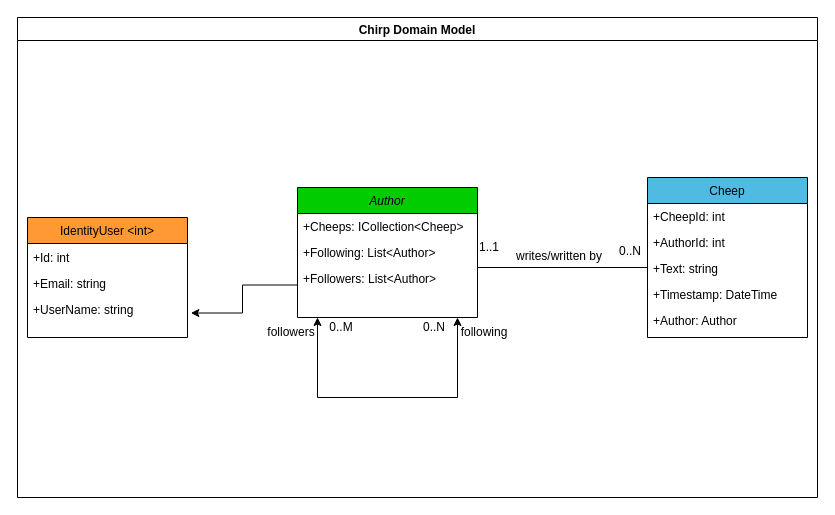
This is docs/diagrams/DomainModel.drawio from ITU-BDSA2024-GROUP28/Chirp, a draw.io file, before an edit. Source tidied: cells renumbered, new cells numbered last; positions are measured from the earlier drawing's top-left corner, leaving out a move shared by most shapes. Both pictures are drawn from the tidied source at 100%, with x=0, y=0 at pixel (17, 17).
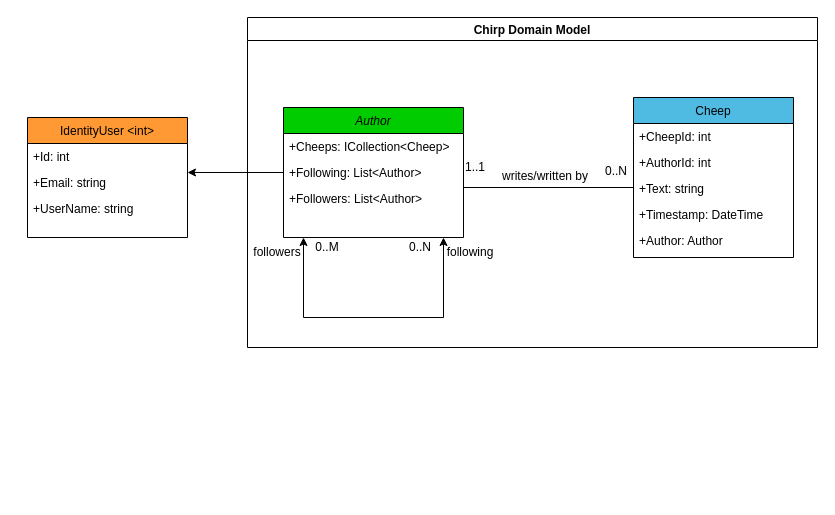
Above is the later version.

Change to the diagram source:
```diff
@@
-    <mxCell id="2" style="edgeStyle=orthogonalEdgeStyle;rounded=0;jettySize=auto;html=1;entryX=1.021;entryY=0.635;entryDx=0;entryDy=0;entryPerimeter=0;exitX=0;exitY=0.75;exitDx=0;exitDy=0;" parent="1" edge="1" source="3" target="26">
-      <mxGeometry relative="1" as="geometry" />
-    </mxCell>
+    <mxCell id="7" value="IdentityUser &lt;int&gt;" style="swimlane;fontStyle=0;align=center;verticalAlign=top;horizontal=1;startSize=26;rounded=0;shadow=0;strokeWidth=1;fillColor=#FF9933;" parent="1" vertex="1">
+      <mxGeometry x="10" y="100" width="160" height="120" as="geometry" />
+    </mxCell>
+    <mxCell id="24" value="+Id: int" style="text;align=left;verticalAlign=top;spacingLeft=4;spacingRight=4;overflow=hidden;" parent="7" vertex="1">
+      <mxGeometry y="26" width="160" height="26" as="geometry" />
+    </mxCell>
+    <mxCell id="25" value="+Email: string" style="text;align=left;verticalAlign=top;spacingLeft=4;spacingRight=4;overflow=hidden;points=[[0,0.5],[1,0.5]];portConstraint=eastwest;" parent="7" vertex="1">
+      <mxGeometry y="52" width="160" height="26" as="geometry" />
+    </mxCell>
+    <mxCell id="26" value="+UserName: string" style="text;align=left;verticalAlign=top;spacingLeft=4;spacingRight=4;overflow=hidden;points=[[0,0.5],[1,0.5]];portConstraint=eastwest;rounded=0;shadow=0;html=0;" parent="7" vertex="1">
+      <mxGeometry y="78" width="160" height="26" as="geometry" />
+    </mxCell>
+    <mxCell id="23" value="Chirp Domain Model" style="swimlane;fillColor=#FFFFFF;" parent="1" vertex="1">
+      <mxGeometry x="230" width="570" height="330" as="geometry" />
+    </mxCell>
-    <mxCell id="3" value="Author" style="swimlane;fontStyle=2;align=center;verticalAlign=top;horizontal=1;startSize=26;rounded=0;shadow=0;strokeWidth=1;fillColor=#00CC00;" parent="1" vertex="1">
-      <mxGeometry x="280" y="170" width="180" height="130" as="geometry" />
+    <mxCell id="3" value="Author" style="swimlane;fontStyle=2;align=center;verticalAlign=top;horizontal=1;startSize=26;rounded=0;shadow=0;strokeWidth=1;fillColor=#00CC00;" parent="23" vertex="1">
+      <mxGeometry x="36" y="90" width="180" height="130" as="geometry" />
     </mxCell>
@@
-    <mxCell id="7" value="IdentityUser &lt;int&gt;" style="swimlane;fontStyle=0;align=center;verticalAlign=top;horizontal=1;startSize=26;rounded=0;shadow=0;strokeWidth=1;fillColor=#FF9933;" parent="1" vertex="1">
-      <mxGeometry x="10" y="200" width="160" height="120" as="geometry" />
-    </mxCell>
-    <mxCell id="8" value="Cheep" style="swimlane;fontStyle=0;align=center;verticalAlign=top;horizontal=1;startSize=26;rounded=0;shadow=0;strokeWidth=1;fillColor=#4FBBE3;" parent="1" vertex="1">
-      <mxGeometry x="630" y="160" width="160" height="160" as="geometry" />
+    <mxCell id="8" value="Cheep" style="swimlane;fontStyle=0;align=center;verticalAlign=top;horizontal=1;startSize=26;rounded=0;shadow=0;strokeWidth=1;fillColor=#4FBBE3;" parent="23" vertex="1">
+      <mxGeometry x="386" y="80" width="160" height="160" as="geometry" />
     </mxCell>
@@
-    <mxCell id="14" value="&lt;span style=&quot;color: rgb(0, 0, 0); font-family: Helvetica; font-size: 12px; font-style: normal; font-variant-ligatures: normal; font-variant-caps: normal; font-weight: 400; letter-spacing: normal; orphans: 2; text-align: left; text-indent: 0px; text-transform: none; widows: 2; word-spacing: 0px; -webkit-text-stroke-width: 0px; white-space: nowrap; background-color: rgb(251, 251, 251); text-decoration-thickness: initial; text-decoration-style: initial; text-decoration-color: initial; display: inline !important; float: none;&quot;&gt;1..1&lt;/span&gt;" style="text;whiteSpace=wrap;html=1;" parent="1" vertex="1">
-      <mxGeometry x="460" y="216" width="30" height="20" as="geometry" />
+    <mxCell id="14" value="&lt;span style=&quot;color: rgb(0, 0, 0); font-family: Helvetica; font-size: 12px; font-style: normal; font-variant-ligatures: normal; font-variant-caps: normal; font-weight: 400; letter-spacing: normal; orphans: 2; text-align: left; text-indent: 0px; text-transform: none; widows: 2; word-spacing: 0px; -webkit-text-stroke-width: 0px; white-space: nowrap; background-color: rgb(251, 251, 251); text-decoration-thickness: initial; text-decoration-style: initial; text-decoration-color: initial; display: inline !important; float: none;&quot;&gt;1..1&lt;/span&gt;" style="text;whiteSpace=wrap;html=1;" parent="23" vertex="1">
+      <mxGeometry x="216" y="136" width="30" height="20" as="geometry" />
     </mxCell>
-    <mxCell id="15" value="&lt;span style=&quot;color: rgb(0, 0, 0); font-family: Helvetica; font-size: 12px; font-style: normal; font-variant-ligatures: normal; font-variant-caps: normal; font-weight: 400; letter-spacing: normal; orphans: 2; text-align: right; text-indent: 0px; text-transform: none; widows: 2; word-spacing: 0px; -webkit-text-stroke-width: 0px; white-space: nowrap; background-color: rgb(251, 251, 251); text-decoration-thickness: initial; text-decoration-style: initial; text-decoration-color: initial; display: inline !important; float: none;&quot;&gt;0..N&lt;/span&gt;" style="text;whiteSpace=wrap;html=1;" parent="1" vertex="1">
-      <mxGeometry x="600" y="220" width="30" height="30" as="geometry" />
+    <mxCell id="15" value="&lt;span style=&quot;color: rgb(0, 0, 0); font-family: Helvetica; font-size: 12px; font-style: normal; font-variant-ligatures: normal; font-variant-caps: normal; font-weight: 400; letter-spacing: normal; orphans: 2; text-align: right; text-indent: 0px; text-transform: none; widows: 2; word-spacing: 0px; -webkit-text-stroke-width: 0px; white-space: nowrap; background-color: rgb(251, 251, 251); text-decoration-thickness: initial; text-decoration-style: initial; text-decoration-color: initial; display: inline !important; float: none;&quot;&gt;0..N&lt;/span&gt;" style="text;whiteSpace=wrap;html=1;" parent="23" vertex="1">
+      <mxGeometry x="356" y="140" width="30" height="30" as="geometry" />
     </mxCell>
-    <mxCell id="16" value="&lt;span style=&quot;color: rgb(0, 0, 0); font-family: Helvetica; font-size: 12px; font-style: normal; font-variant-ligatures: normal; font-variant-caps: normal; font-weight: 400; letter-spacing: normal; orphans: 2; text-align: center; text-indent: 0px; text-transform: none; widows: 2; word-spacing: 0px; -webkit-text-stroke-width: 0px; white-space: nowrap; background-color: rgb(251, 251, 251); text-decoration-thickness: initial; text-decoration-style: initial; text-decoration-color: initial; display: inline !important; float: none;&quot;&gt;writes/written by&lt;/span&gt;" style="text;whiteSpace=wrap;html=1;" parent="1" vertex="1">
-      <mxGeometry x="497" y="225" width="90" height="20" as="geometry" />
+    <mxCell id="16" value="&lt;span style=&quot;color: rgb(0, 0, 0); font-family: Helvetica; font-size: 12px; font-style: normal; font-variant-ligatures: normal; font-variant-caps: normal; font-weight: 400; letter-spacing: normal; orphans: 2; text-align: center; text-indent: 0px; text-transform: none; widows: 2; word-spacing: 0px; -webkit-text-stroke-width: 0px; white-space: nowrap; background-color: rgb(251, 251, 251); text-decoration-thickness: initial; text-decoration-style: initial; text-decoration-color: initial; display: inline !important; float: none;&quot;&gt;writes/written by&lt;/span&gt;" style="text;whiteSpace=wrap;html=1;" parent="23" vertex="1">
+      <mxGeometry x="253" y="145" width="90" height="20" as="geometry" />
     </mxCell>
-    <mxCell id="17" style="endArrow=none;html=1;rounded=0;entryX=1;entryY=1;entryDx=0;entryDy=0;" parent="1" edge="1" target="15">
+    <mxCell id="17" style="endArrow=none;html=1;rounded=0;entryX=1;entryY=1;entryDx=0;entryDy=0;" parent="23" edge="1" target="15">
       <mxGeometry relative="1" as="geometry">
-        <mxPoint x="460" y="250" as="sourcePoint" />
+        <mxPoint x="216" y="170" as="sourcePoint" />
       </mxGeometry>
     </mxCell>
-    <mxCell id="18" value="following" style="text;html=1;align=center;verticalAlign=middle;whiteSpace=wrap;rounded=0;" parent="1" vertex="1">
-      <mxGeometry x="437" y="300" width="60" height="30" as="geometry" />
+    <mxCell id="18" value="following" style="text;html=1;align=center;verticalAlign=middle;whiteSpace=wrap;rounded=0;" parent="23" vertex="1">
+      <mxGeometry x="193" y="220" width="60" height="30" as="geometry" />
     </mxCell>
-    <mxCell id="19" value="0..M" style="text;html=1;align=center;verticalAlign=middle;whiteSpace=wrap;rounded=0;" parent="1" vertex="1">
-      <mxGeometry x="304" y="300" width="40" height="20" as="geometry" />
+    <mxCell id="19" value="0..M" style="text;html=1;align=center;verticalAlign=middle;whiteSpace=wrap;rounded=0;" parent="23" vertex="1">
+      <mxGeometry x="60" y="220" width="40" height="20" as="geometry" />
     </mxCell>
-    <mxCell id="20" value="0..N" style="text;html=1;align=center;verticalAlign=middle;whiteSpace=wrap;rounded=0;" parent="1" vertex="1">
-      <mxGeometry x="397" y="300" width="40" height="20" as="geometry" />
+    <mxCell id="20" value="0..N" style="text;html=1;align=center;verticalAlign=middle;whiteSpace=wrap;rounded=0;" parent="23" vertex="1">
+      <mxGeometry x="153" y="220" width="40" height="20" as="geometry" />
     </mxCell>
-    <mxCell id="21" style="endArrow=classic;startArrow=classic;html=1;rounded=0;" parent="1" edge="1">
+    <mxCell id="21" style="endArrow=classic;startArrow=classic;html=1;rounded=0;" parent="23" edge="1">
       <mxGeometry relative="1" as="geometry">
-        <mxPoint x="300" y="300" as="sourcePoint" />
-        <mxPoint x="440" y="300" as="targetPoint" />
+        <mxPoint x="56" y="220" as="sourcePoint" />
+        <mxPoint x="196" y="220" as="targetPoint" />
         <Array as="points">
-          <mxPoint x="300" y="380" />
-          <mxPoint x="440" y="380" />
+          <mxPoint x="56" y="300" />
+          <mxPoint x="196" y="300" />
         </Array>
       </mxGeometry>
     </mxCell>
-    <mxCell id="22" value="followers" style="text;html=1;align=center;verticalAlign=middle;whiteSpace=wrap;rounded=0;" parent="1" vertex="1">
-      <mxGeometry x="244" y="300" width="60" height="30" as="geometry" />
+    <mxCell id="22" value="followers" style="text;html=1;align=center;verticalAlign=middle;whiteSpace=wrap;rounded=0;" parent="23" vertex="1">
+      <mxGeometry y="220" width="60" height="30" as="geometry" />
     </mxCell>
-    <mxCell id="23" value="Chirp Domain Model" style="swimlane;fillColor=#FFFFFF;" parent="1" vertex="1">
-      <mxGeometry width="800" height="480" as="geometry" />
-    </mxCell>
-    <mxCell id="24" value="+Id: int" style="text;align=left;verticalAlign=top;spacingLeft=4;spacingRight=4;overflow=hidden;" parent="23" vertex="1">
-      <mxGeometry x="10" y="227" width="160" height="26" as="geometry" />
-    </mxCell>
-    <mxCell id="25" value="+Email: string" style="text;align=left;verticalAlign=top;spacingLeft=4;spacingRight=4;overflow=hidden;points=[[0,0.5],[1,0.5]];portConstraint=eastwest;" parent="23" vertex="1">
-      <mxGeometry x="10" y="253" width="160" height="26" as="geometry" />
-    </mxCell>
-    <mxCell id="26" value="+UserName: string" style="text;align=left;verticalAlign=top;spacingLeft=4;spacingRight=4;overflow=hidden;points=[[0,0.5],[1,0.5]];portConstraint=eastwest;rounded=0;shadow=0;html=0;" parent="23" vertex="1">
-      <mxGeometry x="10" y="279" width="160" height="26" as="geometry" />
-    </mxCell>
+    <mxCell id="27" style="edgeStyle=orthogonalEdgeStyle;rounded=0;jettySize=auto;html=1;entryX=1;entryY=0.115;entryDx=0;entryDy=0;entryPerimeter=0;" parent="1" edge="1" source="3" target="25">
+      <mxGeometry relative="1" as="geometry" />
+    </mxCell>
```
